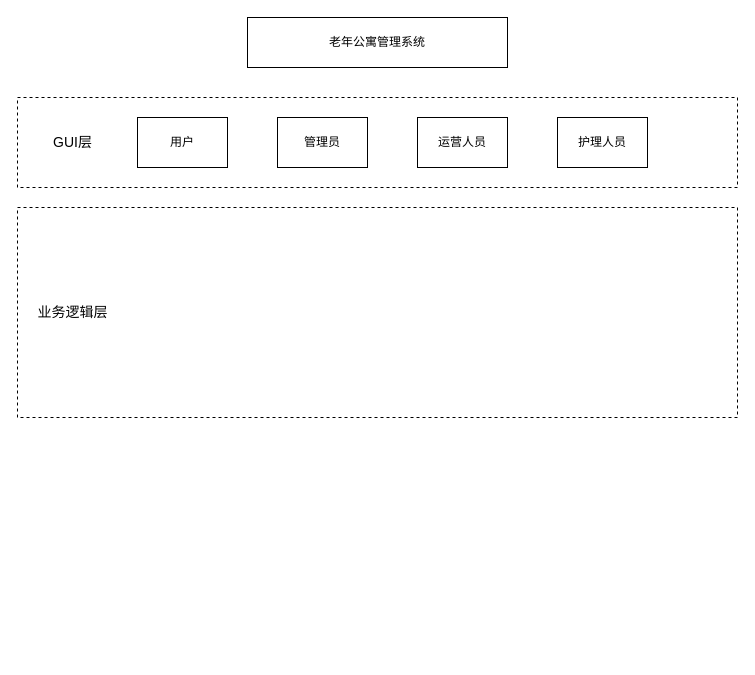
Above: 老年公寓管理系统系统架构.drawio in songjielong/drawio (draw.io), before the change. Source tidied: cells renumbered, new cells numbered last; positions are measured from the earlier drawing's top-left corner, leaving out a move shared by most shapes. Both pictures are drawn from the tidied source at 100%, with x=0, y=0 at pixel (17, 17).
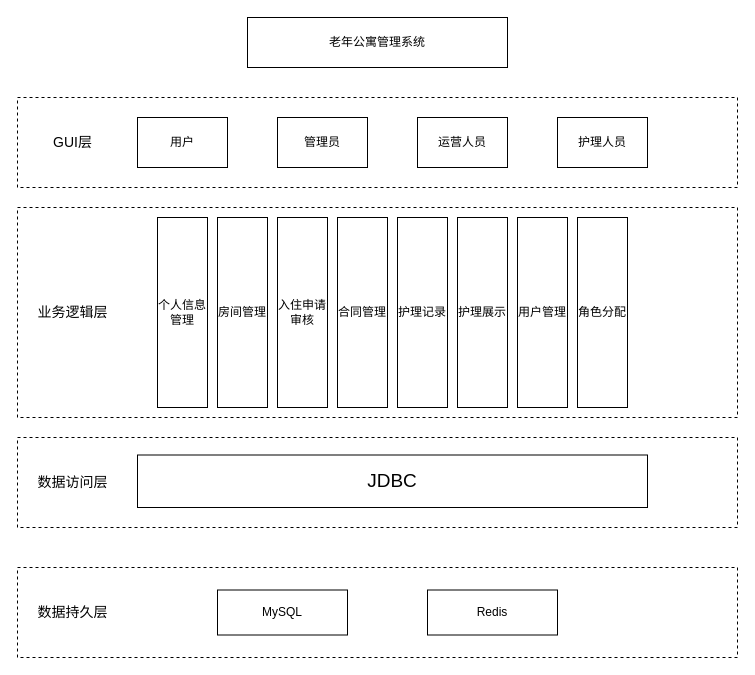
Above is the later version.

Commit message (it also covers changes not shown here):
更新老年公寓管理系统系统架构.drawio

The edit, as a diff of the source:
```diff
@@
-    <mxCell id="9" style="rounded=0;whiteSpace=wrap;html=1;dashed=1;" parent="1" vertex="1">
+    <mxCell id="9" style="rounded=0;whiteSpace=wrap;html=1;dashed=1;verticalAlign=middle;horizontal=1;align=right;" parent="1" vertex="1">
       <mxGeometry y="190" width="720" height="210" as="geometry" />
     </mxCell>
@@
+    <mxCell id="11" value="个人信息管理" style="rounded=0;html=1;align=center;verticalAlign=middle;whiteSpace=wrap;horizontal=1;direction=east;flipV=0;flipH=1;" parent="1" vertex="1">
+      <mxGeometry x="140" y="200" width="50" height="190" as="geometry" />
+    </mxCell>
+    <mxCell id="12" value="房间管理" style="rounded=0;html=1;align=center;verticalAlign=middle;whiteSpace=wrap;horizontal=1;direction=east;flipV=0;flipH=1;" parent="1" vertex="1">
+      <mxGeometry x="200" y="200" width="50" height="190" as="geometry" />
+    </mxCell>
+    <mxCell id="13" value="入住申请审核" style="rounded=0;html=1;align=center;verticalAlign=middle;whiteSpace=wrap;horizontal=1;direction=east;flipV=0;flipH=1;" parent="1" vertex="1">
+      <mxGeometry x="260" y="200" width="50" height="190" as="geometry" />
+    </mxCell>
+    <mxCell id="14" value="合同管理" style="rounded=0;html=1;align=center;verticalAlign=middle;whiteSpace=wrap;horizontal=1;direction=east;flipV=0;flipH=1;" parent="1" vertex="1">
+      <mxGeometry x="320" y="200" width="50" height="190" as="geometry" />
+    </mxCell>
+    <mxCell id="15" value="护理记录" style="rounded=0;html=1;align=center;verticalAlign=middle;whiteSpace=wrap;horizontal=1;direction=east;flipV=0;flipH=1;" parent="1" vertex="1">
+      <mxGeometry x="380" y="200" width="50" height="190" as="geometry" />
+    </mxCell>
+    <mxCell id="16" value="护理展示" style="rounded=0;html=1;align=center;verticalAlign=middle;whiteSpace=wrap;horizontal=1;direction=east;flipV=0;flipH=1;" parent="1" vertex="1">
+      <mxGeometry x="440" y="200" width="50" height="190" as="geometry" />
+    </mxCell>
+    <mxCell id="17" value="用户管理" style="rounded=0;html=1;align=center;verticalAlign=middle;whiteSpace=wrap;horizontal=1;direction=east;flipV=0;flipH=1;" parent="1" vertex="1">
+      <mxGeometry x="500" y="200" width="50" height="190" as="geometry" />
+    </mxCell>
+    <mxCell id="18" value="角色分配" style="rounded=0;html=1;align=center;verticalAlign=middle;whiteSpace=wrap;horizontal=1;direction=east;flipV=0;flipH=1;" parent="1" vertex="1">
+      <mxGeometry x="560" y="200" width="50" height="190" as="geometry" />
+    </mxCell>
+    <mxCell id="19" style="rounded=0;whiteSpace=wrap;html=1;dashed=1;" parent="1" vertex="1">
+      <mxGeometry y="420" width="720" height="90" as="geometry" />
+    </mxCell>
+    <mxCell id="20" value="数据访问层" style="text;html=1;align=center;verticalAlign=middle;strokeColor=none;fillColor=none;fontSize=14;" parent="1" vertex="1">
+      <mxGeometry x="10" y="450" width="90" height="30" as="geometry" />
+    </mxCell>
+    <mxCell id="21" value="&lt;font style=&quot;font-size: 19px;&quot;&gt;JDBC&lt;/font&gt;" style="rounded=0;whiteSpace=wrap;html=1;" parent="1" vertex="1">
+      <mxGeometry x="120" y="437.5" width="510" height="52.5" as="geometry" />
+    </mxCell>
+    <mxCell id="22" style="rounded=0;whiteSpace=wrap;html=1;dashed=1;" parent="1" vertex="1">
+      <mxGeometry y="550" width="720" height="90" as="geometry" />
+    </mxCell>
+    <mxCell id="23" value="数据持久层" style="text;html=1;align=center;verticalAlign=middle;strokeColor=none;fillColor=none;fontSize=14;" parent="1" vertex="1">
+      <mxGeometry x="10" y="580" width="90" height="30" as="geometry" />
+    </mxCell>
+    <mxCell id="24" value="MySQL" style="rounded=0;whiteSpace=wrap;html=1;" parent="1" vertex="1">
+      <mxGeometry x="200" y="572.5" width="130" height="45" as="geometry" />
+    </mxCell>
+    <mxCell id="25" value="Redis" style="rounded=0;whiteSpace=wrap;html=1;" parent="1" vertex="1">
+      <mxGeometry x="410" y="572.5" width="130" height="45" as="geometry" />
+    </mxCell>
```
